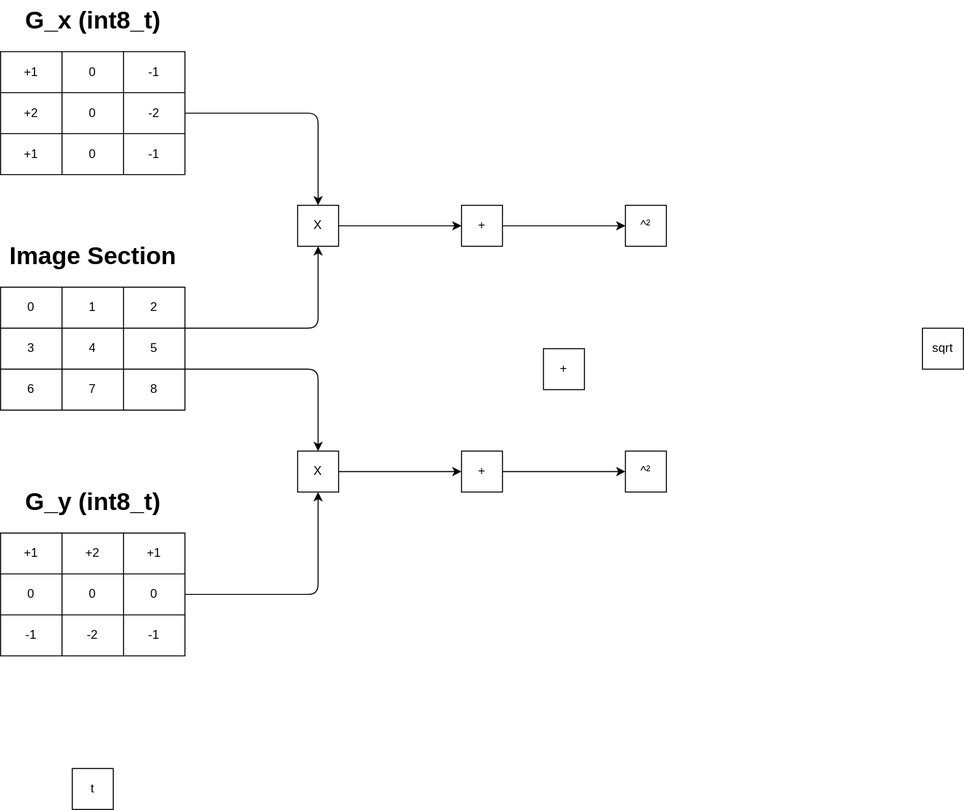
This is vivado/sobel.drawio.svg from davdav79/Hardware-accelerated-edge-dectection-on-ZedBoard, a draw.io export, as it was before one commit. Source tidied: cells renumbered, new cells last; positions are measured from the earlier drawing's top-left corner, leaving out a move shared by most shapes.
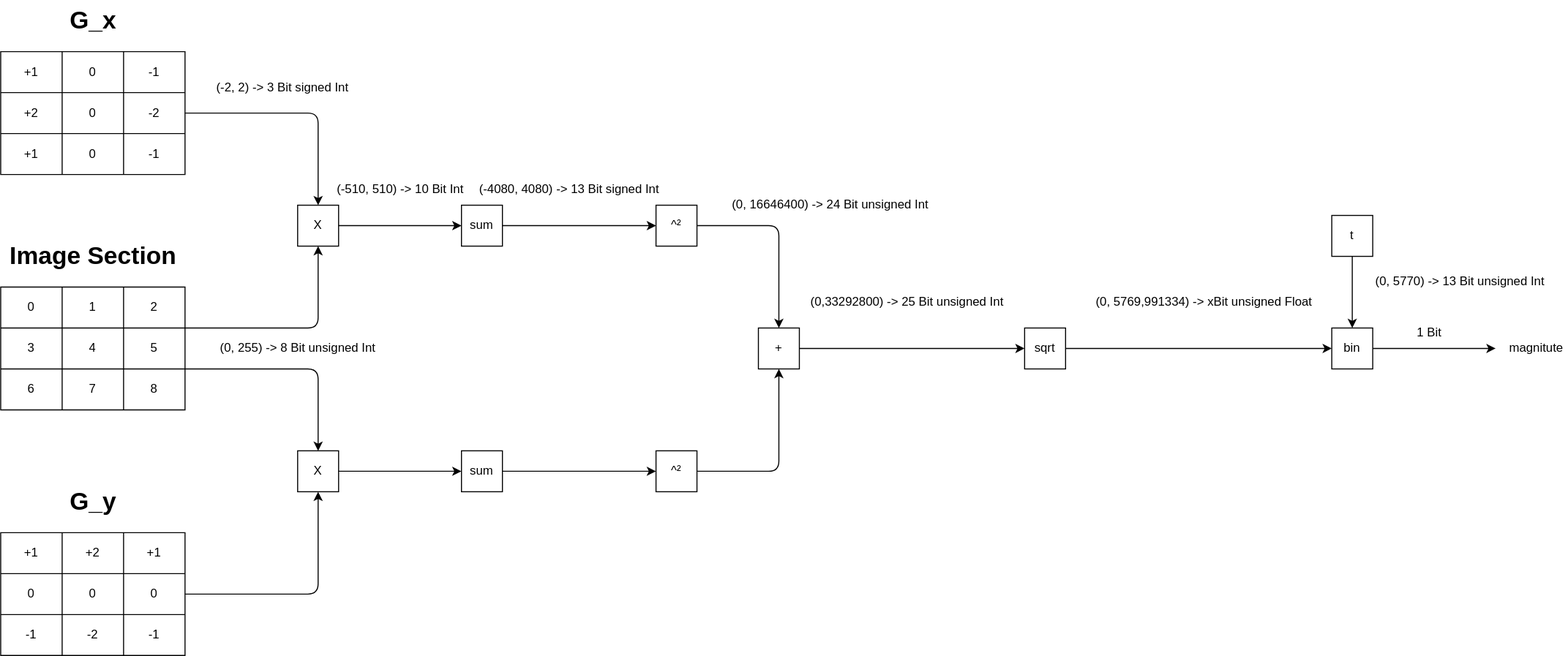
The same diagram one commit later.

Commit message:
added data values

What changed in the source:
```diff
@@ -80,14 +80,17 @@
     <mxCell id="27" value="-1" style="shape=partialRectangle;html=1;whiteSpace=wrap;fillColor=none;top=0;left=0;bottom=0;right=0;overflow=hidden;" parent="24" vertex="1">
       <mxGeometry x="120" width="60" height="40" as="geometry" />
     </mxCell>
-    <mxCell id="28" value="G_y (int8_t)" style="text;strokeColor=none;fillColor=none;html=1;fontSize=24;fontStyle=1;verticalAlign=middle;align=center;" parent="1" vertex="1">
+    <mxCell id="28" value="G_y" style="text;strokeColor=none;fillColor=none;html=1;fontSize=24;fontStyle=1;verticalAlign=middle;align=center;" parent="1" vertex="1">
       <mxGeometry x="40" y="470" width="100" height="40" as="geometry" />
     </mxCell>
-    <mxCell id="29" value="G_x (int8_t)" style="text;strokeColor=none;fillColor=none;html=1;fontSize=24;fontStyle=1;verticalAlign=middle;align=center;" parent="1" vertex="1">
+    <mxCell id="29" value="G_x&amp;nbsp;" style="text;strokeColor=none;fillColor=none;html=1;fontSize=24;fontStyle=1;verticalAlign=middle;align=center;" parent="1" vertex="1">
       <mxGeometry x="40" width="100" height="40" as="geometry" />
     </mxCell>
+    <mxCell id="61" style="edgeStyle=none;html=1;" parent="1" edge="1" source="30" target="66">
+      <mxGeometry relative="1" as="geometry" />
+    </mxCell>
     <mxCell id="30" value="t" style="whiteSpace=wrap;html=1;" parent="1" vertex="1">
-      <mxGeometry x="70" y="750" width="40" height="40" as="geometry" />
+      <mxGeometry x="1300" y="210" width="40" height="40" as="geometry" />
     </mxCell>
     <mxCell id="31" style="shape=table;html=1;whiteSpace=wrap;startSize=0;" parent="1" vertex="1">
       <mxGeometry y="280" width="180" height="120" as="geometry" />
@@ -177,26 +180,84 @@
     <mxCell id="53" style="edgeStyle=none;html=1;exitX=1;exitY=0.5;exitDx=0;exitDy=0;entryX=0;entryY=0.5;entryDx=0;entryDy=0;" parent="1" edge="1" source="54" target="57">
       <mxGeometry relative="1" as="geometry" />
     </mxCell>
-    <mxCell id="54" value="+" style="whiteSpace=wrap;html=1;" parent="1" vertex="1">
+    <mxCell id="54" value="sum" style="whiteSpace=wrap;html=1;" parent="1" vertex="1">
       <mxGeometry x="450" y="200" width="40" height="40" as="geometry" />
     </mxCell>
     <mxCell id="55" style="edgeStyle=none;html=1;exitX=1;exitY=0.5;exitDx=0;exitDy=0;entryX=0;entryY=0.5;entryDx=0;entryDy=0;" parent="1" edge="1" source="56" target="58">
       <mxGeometry relative="1" as="geometry" />
     </mxCell>
-    <mxCell id="56" value="+" style="whiteSpace=wrap;html=1;" parent="1" vertex="1">
+    <mxCell id="56" value="sum" style="whiteSpace=wrap;html=1;" parent="1" vertex="1">
       <mxGeometry x="450" y="440" width="40" height="40" as="geometry" />
     </mxCell>
+    <mxCell id="62" style="edgeStyle=none;html=1;entryX=0.5;entryY=0;entryDx=0;entryDy=0;" parent="1" edge="1" source="57" target="60">
+      <mxGeometry relative="1" as="geometry">
+        <Array as="points">
+          <mxPoint x="760" y="220" />
+        </Array>
+      </mxGeometry>
+    </mxCell>
     <mxCell id="57" value="^²" style="whiteSpace=wrap;html=1;" parent="1" vertex="1">
-      <mxGeometry x="610" y="200" width="40" height="40" as="geometry" />
+      <mxGeometry x="640" y="200" width="40" height="40" as="geometry" />
     </mxCell>
+    <mxCell id="63" style="edgeStyle=none;html=1;entryX=0.5;entryY=1;entryDx=0;entryDy=0;" parent="1" edge="1" source="58" target="60">
+      <mxGeometry relative="1" as="geometry">
+        <Array as="points">
+          <mxPoint x="760" y="460" />
+        </Array>
+      </mxGeometry>
+    </mxCell>
     <mxCell id="58" value="^²" style="whiteSpace=wrap;html=1;" parent="1" vertex="1">
-      <mxGeometry x="610" y="440" width="40" height="40" as="geometry" />
+      <mxGeometry x="640" y="440" width="40" height="40" as="geometry" />
     </mxCell>
+    <mxCell id="64" style="edgeStyle=none;html=1;" parent="1" edge="1" source="59" target="66">
+      <mxGeometry relative="1" as="geometry" />
+    </mxCell>
     <mxCell id="59" value="sqrt" style="whiteSpace=wrap;html=1;" parent="1" vertex="1">
-      <mxGeometry x="900" y="320" width="40" height="40" as="geometry" />
+      <mxGeometry x="1000" y="320" width="40" height="40" as="geometry" />
     </mxCell>
+    <mxCell id="65" style="edgeStyle=none;html=1;entryX=0;entryY=0.5;entryDx=0;entryDy=0;" parent="1" edge="1" source="60" target="59">
+      <mxGeometry relative="1" as="geometry" />
+    </mxCell>
     <mxCell id="60" value="+" style="whiteSpace=wrap;html=1;" parent="1" vertex="1">
-      <mxGeometry x="530" y="340" width="40" height="40" as="geometry" />
+      <mxGeometry x="740" y="320" width="40" height="40" as="geometry" />
     </mxCell>
+    <mxCell id="66" value="bin" style="whiteSpace=wrap;html=1;" parent="1" vertex="1">
+      <mxGeometry x="1300" y="320" width="40" height="40" as="geometry" />
+    </mxCell>
+    <mxCell id="67" style="endArrow=classic;html=1;exitX=1;exitY=0.5;exitDx=0;exitDy=0;" parent="1" edge="1" source="66">
+      <mxGeometry relative="1" as="geometry">
+        <mxPoint x="1460" y="340" as="targetPoint" />
+      </mxGeometry>
+    </mxCell>
+    <mxCell id="68" value="magnitute" style="text;html=1;strokeColor=none;fillColor=none;align=center;verticalAlign=middle;whiteSpace=wrap;rounded=0;" parent="1" vertex="1">
+      <mxGeometry x="1470" y="325" width="60" height="30" as="geometry" />
+    </mxCell>
+    <mxCell id="69" value="(-510, 510) -&amp;gt; 10 Bit Int" style="text;html=1;align=center;verticalAlign=middle;strokeColor=none;fillColor=none;" parent="1" vertex="1">
+      <mxGeometry x="315" y="170" width="150" height="30" as="geometry" />
+    </mxCell>
+    <mxCell id="70" value="(-4080, 4080) -&amp;gt; 13 Bit signed Int" style="text;html=1;align=center;verticalAlign=middle;strokeColor=none;fillColor=none;" parent="1" vertex="1">
+      <mxGeometry x="455" y="170" width="200" height="30" as="geometry" />
+    </mxCell>
+    <mxCell id="71" value="(-2, 2) -&amp;gt; 3 Bit signed Int" style="text;html=1;align=center;verticalAlign=middle;strokeColor=none;fillColor=none;" parent="1" vertex="1">
+      <mxGeometry x="200" y="70" width="150" height="30" as="geometry" />
+    </mxCell>
+    <mxCell id="72" value="(0, 255) -&amp;gt; 8 Bit unsigned Int" style="text;html=1;align=center;verticalAlign=middle;strokeColor=none;fillColor=none;" parent="1" vertex="1">
+      <mxGeometry x="200" y="325" width="180" height="30" as="geometry" />
+    </mxCell>
+    <mxCell id="73" value="(0, 16646400) -&amp;gt; 24 Bit unsigned Int" style="text;html=1;align=center;verticalAlign=middle;strokeColor=none;fillColor=none;" parent="1" vertex="1">
+      <mxGeometry x="700" y="185" width="220" height="30" as="geometry" />
+    </mxCell>
+    <mxCell id="74" value="(0,33292800) -&amp;gt; 25 Bit unsigned Int" style="text;html=1;align=center;verticalAlign=middle;strokeColor=none;fillColor=none;" parent="1" vertex="1">
+      <mxGeometry x="780" y="280" width="210" height="30" as="geometry" />
+    </mxCell>
+    <mxCell id="75" value="1 Bit" style="text;html=1;align=center;verticalAlign=middle;strokeColor=none;fillColor=none;" parent="1" vertex="1">
+      <mxGeometry x="1370" y="310" width="50" height="30" as="geometry" />
+    </mxCell>
+    <mxCell id="76" value="(0, 5769,991334) -&amp;gt; xBit unsigned Float" style="text;html=1;align=center;verticalAlign=middle;strokeColor=none;fillColor=none;" parent="1" vertex="1">
+      <mxGeometry x="1060" y="280" width="230" height="30" as="geometry" />
+    </mxCell>
+    <mxCell id="77" value="(0, 5770) -&amp;gt; 13 Bit unsigned Int" style="text;html=1;align=center;verticalAlign=middle;strokeColor=none;fillColor=none;" parent="1" vertex="1">
+      <mxGeometry x="1330" y="260" width="190" height="30" as="geometry" />
+    </mxCell>
   </root>
 </mxGraphModel>
```
